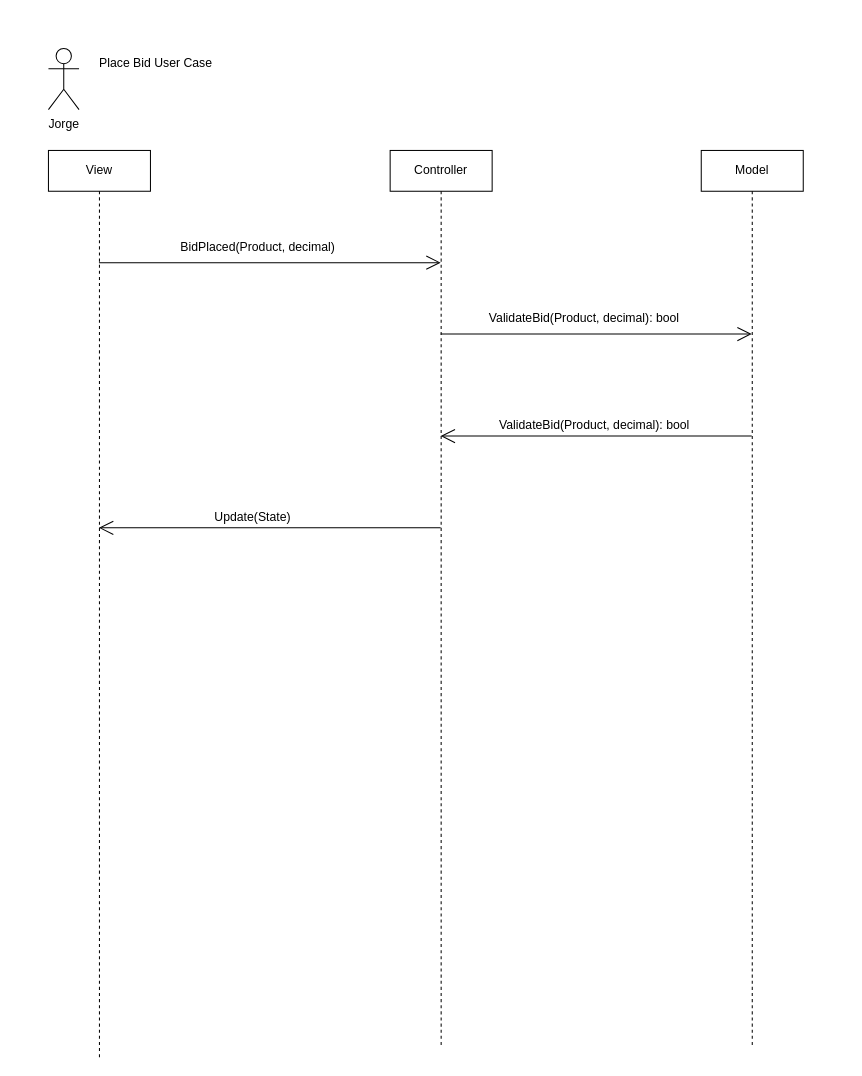
Above: page "UC-UserBid" (3 of 4) of Project4-Diagrams.drawio in CoHammo/Bid501-Team14B (draw.io), before the change. Source tidied: cells renumbered, new cells numbered last; positions are measured from the earlier drawing's top-left corner, leaving out a move shared by most shapes. Both pictures are drawn from the tidied source at 102%, with x=0, y=0 at pixel (48, 48).
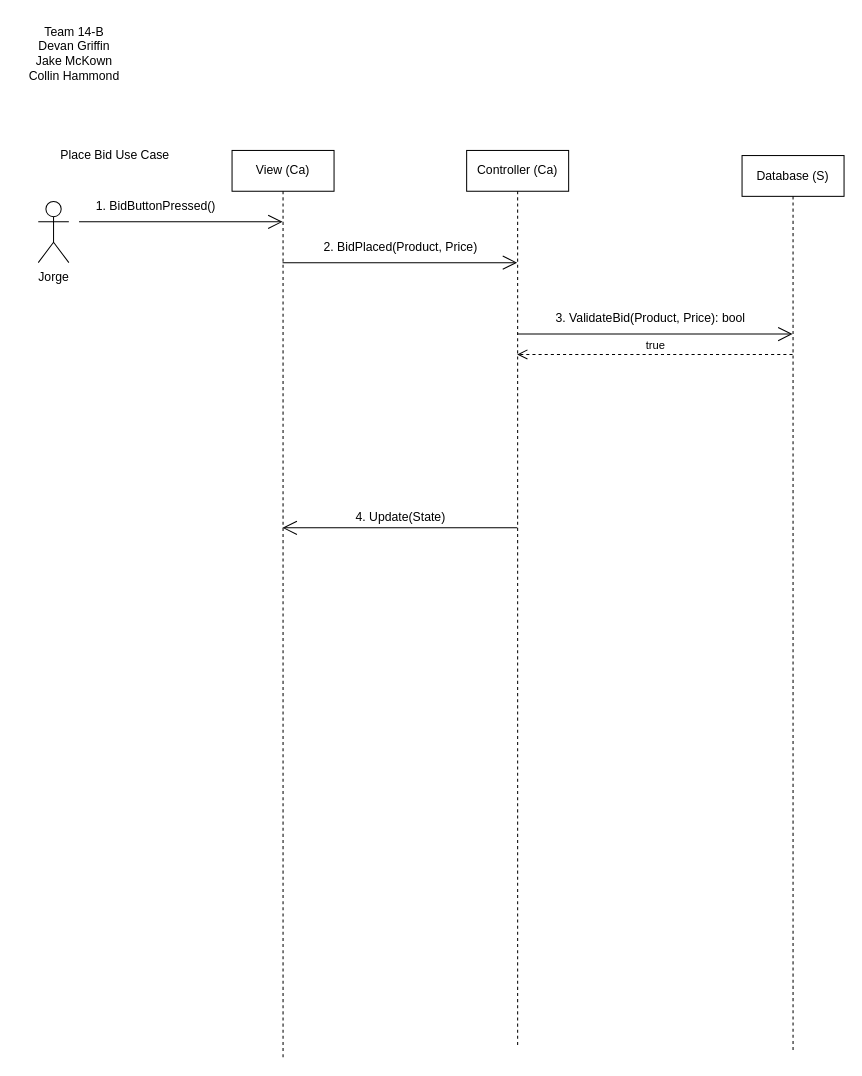
Above is the later version.

Diff of the diagram source:
```diff
@@
     <mxCell id="2" value="Jorge" style="shape=umlActor;verticalLabelPosition=bottom;verticalAlign=top;html=1;" parent="1" vertex="1">
-      <mxGeometry width="30" height="60" as="geometry" />
+      <mxGeometry x="-10" y="150" width="30" height="60" as="geometry" />
     </mxCell>
-    <mxCell id="3" value="Place Bid User Case" style="text;html=1;align=center;verticalAlign=middle;strokeColor=none;fillColor=none;" parent="1" vertex="1">
-      <mxGeometry x="40" width="130" height="30" as="geometry" />
+    <mxCell id="3" value="Place Bid Use Case" style="text;html=1;align=center;verticalAlign=middle;strokeColor=none;fillColor=none;" parent="1" vertex="1">
+      <mxGeometry y="90" width="130" height="30" as="geometry" />
     </mxCell>
-    <mxCell id="4" value="View" style="shape=umlLifeline;perimeter=lifelinePerimeter;whiteSpace=wrap;html=1;outlineConnect=0;" parent="1" vertex="1">
-      <mxGeometry y="100" width="100" height="890" as="geometry" />
+    <mxCell id="4" value="View (Ca)" style="shape=umlLifeline;perimeter=lifelinePerimeter;whiteSpace=wrap;html=1;outlineConnect=0;" parent="1" vertex="1">
+      <mxGeometry x="180" y="100" width="100" height="890" as="geometry" />
     </mxCell>
-    <mxCell id="5" value="Controller" style="shape=umlLifeline;perimeter=lifelinePerimeter;whiteSpace=wrap;html=1;outlineConnect=0;" parent="1" vertex="1">
-      <mxGeometry x="335" y="100" width="100" height="880" as="geometry" />
+    <mxCell id="5" value="Controller (Ca)" style="shape=umlLifeline;perimeter=lifelinePerimeter;whiteSpace=wrap;html=1;outlineConnect=0;" parent="1" vertex="1">
+      <mxGeometry x="410" y="100" width="100" height="880" as="geometry" />
     </mxCell>
-    <mxCell id="6" value="Model" style="shape=umlLifeline;perimeter=lifelinePerimeter;whiteSpace=wrap;html=1;outlineConnect=0;" parent="1" vertex="1">
-      <mxGeometry x="640" y="100" width="100" height="880" as="geometry" />
+    <mxCell id="6" value="Database (S)" style="shape=umlLifeline;perimeter=lifelinePerimeter;whiteSpace=wrap;html=1;outlineConnect=0;" parent="1" vertex="1">
+      <mxGeometry x="680" y="105" width="100" height="880" as="geometry" />
     </mxCell>
     <mxCell id="7" style="endArrow=open;endFill=1;endSize=12;html=1;rounded=0;" parent="1" edge="1" source="4" target="5">
       <mxGeometry relative="1" as="geometry">
         <Array as="points">
-          <mxPoint x="230" y="210" />
+          <mxPoint x="340" y="210" />
         </Array>
       </mxGeometry>
     </mxCell>
-    <mxCell id="8" value="BidPlaced(Product, decimal)" style="text;html=1;align=center;verticalAlign=middle;strokeColor=none;fillColor=none;" parent="1" vertex="1">
-      <mxGeometry x="120" y="180" width="170" height="30" as="geometry" />
+    <mxCell id="8" value="2. BidPlaced(Product, Price)" style="text;html=1;align=center;verticalAlign=middle;strokeColor=none;fillColor=none;" parent="1" vertex="1">
+      <mxGeometry x="260" y="180" width="170" height="30" as="geometry" />
     </mxCell>
     <mxCell id="9" style="endArrow=open;endFill=1;endSize=12;html=1;rounded=0;" parent="1" edge="1" source="5" target="6">
       <mxGeometry relative="1" as="geometry">
         <Array as="points">
-          <mxPoint x="560" y="280" />
+          <mxPoint x="670" y="280" />
         </Array>
       </mxGeometry>
     </mxCell>
-    <mxCell id="10" value="ValidateBid(Product, decimal): bool" style="text;html=1;align=center;verticalAlign=middle;strokeColor=none;fillColor=none;" parent="1" vertex="1">
-      <mxGeometry x="420" y="250" width="210" height="30" as="geometry" />
+    <mxCell id="10" value="3. ValidateBid(Product, Price): bool" style="text;html=1;align=center;verticalAlign=middle;strokeColor=none;fillColor=none;" parent="1" vertex="1">
+      <mxGeometry x="485" y="250" width="210" height="30" as="geometry" />
     </mxCell>
-    <mxCell id="11" style="endArrow=open;endFill=1;endSize=12;html=1;rounded=0;" parent="1" edge="1" source="6" target="5">
-      <mxGeometry relative="1" as="geometry">
-        <Array as="points">
-          <mxPoint x="600" y="380" />
-        </Array>
-      </mxGeometry>
-    </mxCell>
-    <mxCell id="12" value="ValidateBid(Product, decimal): bool" style="text;html=1;align=center;verticalAlign=middle;strokeColor=none;fillColor=none;" parent="1" vertex="1">
-      <mxGeometry x="430" y="355" width="210" height="30" as="geometry" />
-    </mxCell>
     <mxCell id="13" style="endArrow=open;endFill=1;endSize=12;html=1;rounded=0;" parent="1" edge="1" source="5" target="4">
       <mxGeometry relative="1" as="geometry">
         <Array as="points">
-          <mxPoint x="250" y="470" />
+          <mxPoint x="360" y="470" />
         </Array>
       </mxGeometry>
     </mxCell>
-    <mxCell id="14" value="Update(State)" style="text;html=1;align=center;verticalAlign=middle;strokeColor=none;fillColor=none;" parent="1" vertex="1">
-      <mxGeometry x="150" y="445" width="100" height="30" as="geometry" />
+    <mxCell id="14" value="4. Update(State)" style="text;html=1;align=center;verticalAlign=middle;strokeColor=none;fillColor=none;" parent="1" vertex="1">
+      <mxGeometry x="290" y="445" width="110" height="30" as="geometry" />
     </mxCell>
+    <mxCell id="15" style="endArrow=open;endFill=1;endSize=12;html=1;rounded=0;" parent="1" edge="1" target="4">
+      <mxGeometry relative="1" as="geometry">
+        <mxPoint x="30" y="170" as="sourcePoint" />
+      </mxGeometry>
+    </mxCell>
+    <mxCell id="16" value="1. BidButtonPressed()" style="text;html=1;align=center;verticalAlign=middle;strokeColor=none;fillColor=none;" parent="1" vertex="1">
+      <mxGeometry x="35" y="140" width="140" height="30" as="geometry" />
+    </mxCell>
+    <mxCell id="11" value="true" style="html=1;verticalAlign=bottom;endArrow=open;dashed=1;endSize=8;rounded=0;" parent="1" edge="1" source="6" target="5">
+      <mxGeometry relative="1" as="geometry">
+        <Array as="points">
+          <mxPoint x="670" y="300" />
+        </Array>
+      </mxGeometry>
+    </mxCell>
+    <mxCell id="17" value="Team 14-B&lt;br&gt;Devan Griffin&lt;br&gt;Jake McKown&lt;br&gt;Collin Hammond" style="text;html=1;align=center;verticalAlign=middle;strokeColor=none;fillColor=none;" parent="1" vertex="1">
+      <mxGeometry x="-30" y="-30" width="110" height="70" as="geometry" />
+    </mxCell>
```
